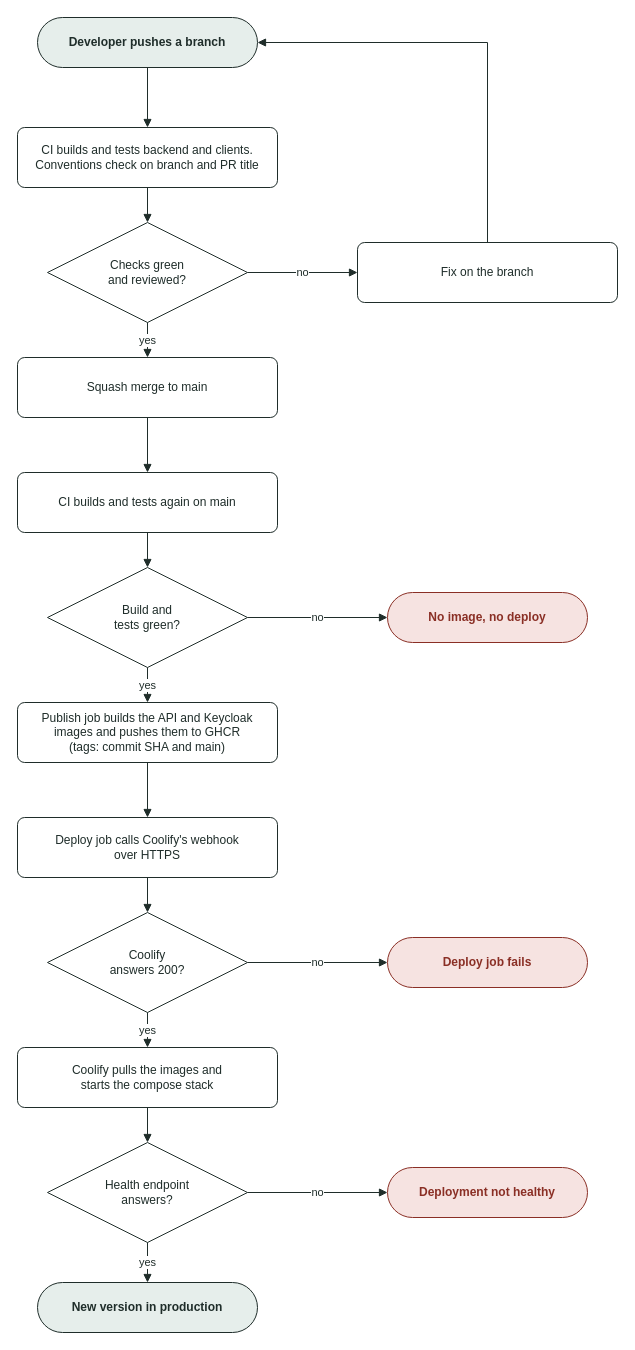
The draw.io diagram docs/assets/drawio/pipeline-flow.drawio in Mosekjaer/prepmeup, before the edit. Source tidied: cells renumbered, new cells numbered last; positions are measured from the earlier drawing's top-left corner, leaving out a move shared by most shapes. Both pictures are drawn from the tidied source at 100%, with x=0, y=0 at pixel (17, 17).
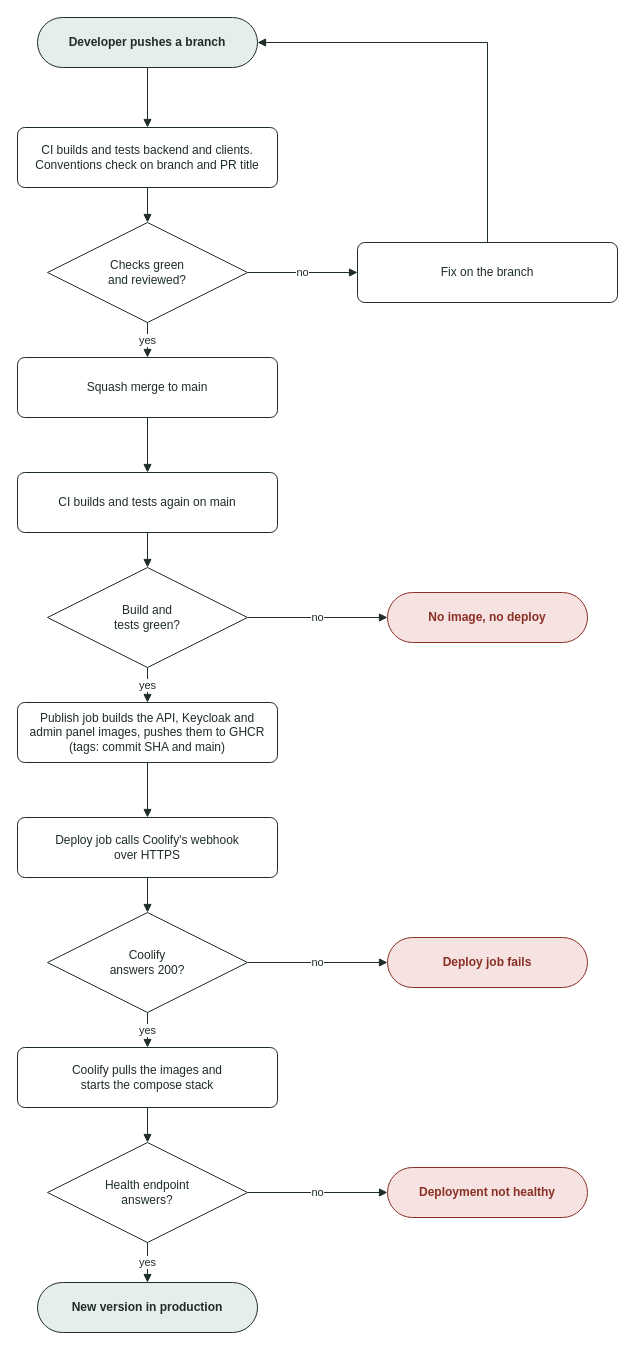
After the change.

Commit message (it also covers changes not shown here):
docs: document the admin panel deployment (#60)

Change to the diagram source:
```diff
@@
-    <mxCell id="10" value="Publish job builds the API and Keycloak&lt;br&gt;images and pushes them to GHCR&lt;br&gt;(tags: commit SHA and main)" style="rounded=1;arcSize=12;whiteSpace=wrap;html=1;fillColor=#ffffff;strokeColor=#1f2d2a;fontColor=#1f2d2a;fontSize=12;" parent="1" vertex="1">
+    <mxCell id="10" value="Publish job builds the API, Keycloak and&lt;br&gt;admin panel images, pushes them to GHCR&lt;br&gt;(tags: commit SHA and main)" style="rounded=1;arcSize=12;whiteSpace=wrap;html=1;fillColor=#ffffff;strokeColor=#1f2d2a;fontColor=#1f2d2a;fontSize=12;" parent="1" vertex="1">
       <mxGeometry y="685" width="260" height="60" as="geometry" />
     </mxCell>
```
